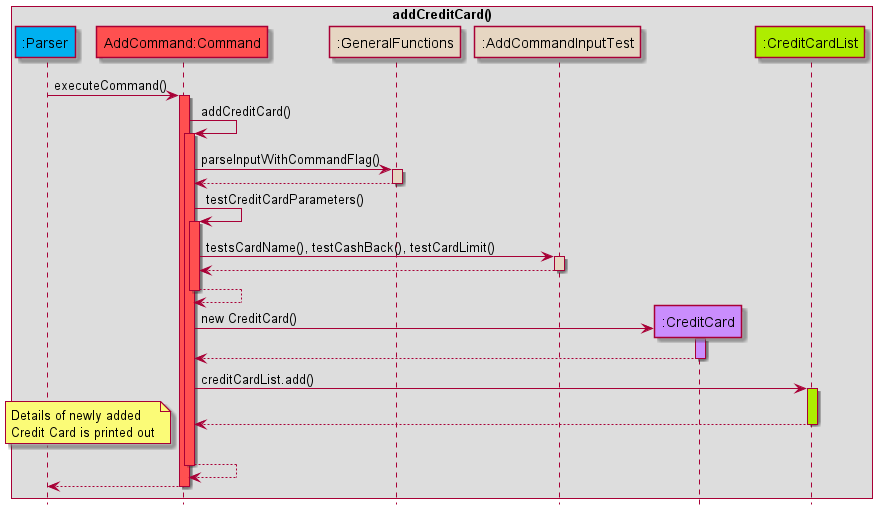
Above: docs/images/Add_Credit_Card_Command_Sequence_Diagram.png in nus-cs2113-AY2122S2/tp (PlantUML), before the change.
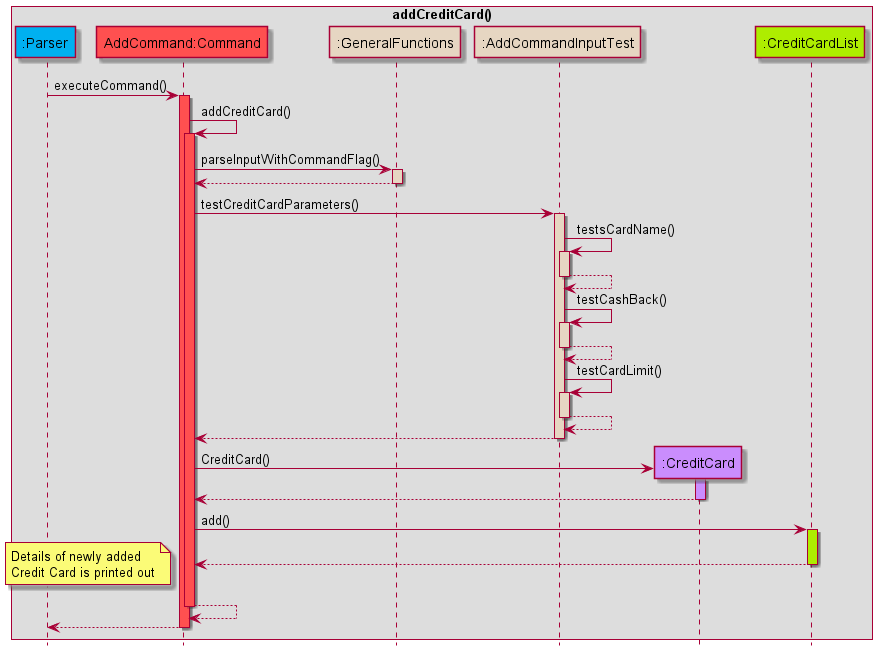
Later version of the same file.

Commit message:
Update add credit card and add income sequence diagrams

The edit, as a diff of the source:
```diff
@@ -22,23 +22,35 @@
 GeneralFunctions --> AddCommand
 deactivate GeneralFunctions
 
-AddCommand -> AddCommand: testCreditCardParameters()
-activate AddCommand COMMANDS_COLOUR
-AddCommand -> AddCommandInputTest: testsCardName(), testCashBack(), testCardLimit()
+AddCommand -> AddCommandInputTest: testCreditCardParameters()
+
 activate AddCommandInputTest HELPER_COLOUR
+
+AddCommandInputTest -> AddCommandInputTest: testsCardName()
+activate AddCommandInputTest HELPER_COLOUR
+AddCommandInputTest --> AddCommandInputTest
+deactivate AddCommandInputTest
+
+AddCommandInputTest -> AddCommandInputTest: testCashBack()
+activate AddCommandInputTest HELPER_COLOUR
+AddCommandInputTest --> AddCommandInputTest
+deactivate AddCommandInputTest
+
+AddCommandInputTest -> AddCommandInputTest: testCardLimit()
+activate AddCommandInputTest HELPER_COLOUR
+AddCommandInputTest --> AddCommandInputTest
+deactivate AddCommandInputTest
 
 AddCommandInputTest --> AddCommand
 deactivate AddCommandInputTest
-AddCommand --> AddCommand
-deactivate AddCommand COMMANDS_COLOUR
 
 create CreditCard
-AddCommand -> CreditCard: new CreditCard()
+AddCommand -> CreditCard: CreditCard()
 activate CreditCard USERFINANCIAL_COLOUR
 CreditCard --> AddCommand
 deactivate CreditCard
 
-AddCommand -> CreditCardList: creditCardList.add()
+AddCommand -> CreditCardList: add()
 activate CreditCardList DATA_COLOUR
 CreditCardList --> AddCommand
 deactivate CreditCardList
```
